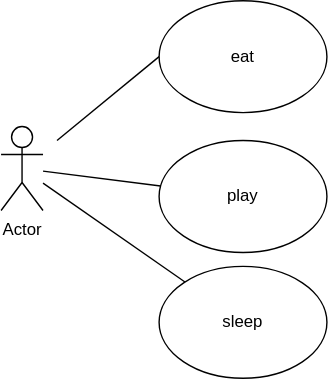
Earlier version of the draw.io export myFirstdrawio.drawio.svg (AKS0606/testDrawio). Source tidied: cells renumbered, new cells last; positions are measured from the earlier drawing's top-left corner, leaving out a move shared by most shapes.
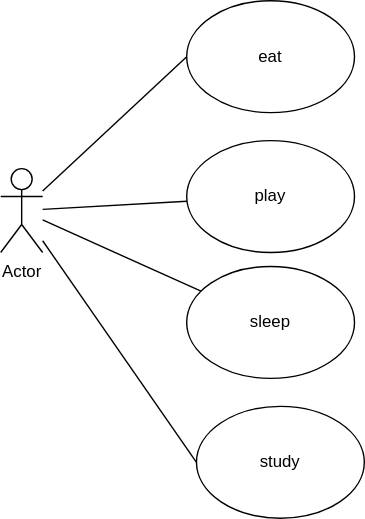
Later version of the same file.

Diff of the diagram source:
```diff
@@ -3,7 +3,7 @@
     <mxCell id="0" />
     <mxCell id="1" parent="0" />
     <mxCell id="2" value="Actor" style="shape=umlActor;verticalLabelPosition=bottom;verticalAlign=top;html=1;outlineConnect=0;" parent="1" vertex="1">
-      <mxGeometry y="90" width="30" height="60" as="geometry" />
+      <mxGeometry x="-20" y="120" width="30" height="60" as="geometry" />
     </mxCell>
     <mxCell id="3" value="eat" style="ellipse;whiteSpace=wrap;html=1;" parent="1" vertex="1">
       <mxGeometry x="113" width="120" height="80" as="geometry" />
@@ -14,10 +14,8 @@
     <mxCell id="5" value="play" style="ellipse;whiteSpace=wrap;html=1;" parent="1" vertex="1">
       <mxGeometry x="113" y="100" width="120" height="80" as="geometry" />
     </mxCell>
-    <mxCell id="6" style="endArrow=none;html=1;rounded=0;entryX=0;entryY=0.5;entryDx=0;entryDy=0;" parent="1" edge="1" target="3">
-      <mxGeometry relative="1" as="geometry">
-        <mxPoint x="40" y="100" as="sourcePoint" />
-      </mxGeometry>
+    <mxCell id="6" style="endArrow=none;html=1;rounded=0;entryX=0;entryY=0.5;entryDx=0;entryDy=0;" parent="1" edge="1" source="2" target="3">
+      <mxGeometry relative="1" as="geometry" />
     </mxCell>
     <mxCell id="7" style="endArrow=none;html=1;rounded=0;" parent="1" edge="1" source="2" target="5">
       <mxGeometry relative="1" as="geometry" />
@@ -25,5 +23,11 @@
     <mxCell id="8" style="endArrow=none;html=1;rounded=0;" parent="1" edge="1" source="2" target="4">
       <mxGeometry relative="1" as="geometry" />
     </mxCell>
+    <mxCell id="9" value="study" style="ellipse;whiteSpace=wrap;html=1;" parent="1" vertex="1">
+      <mxGeometry x="120" y="290" width="120" height="80" as="geometry" />
+    </mxCell>
+    <mxCell id="10" style="endArrow=none;html=1;rounded=0;entryX=0;entryY=0.5;entryDx=0;entryDy=0;" parent="1" edge="1" source="2" target="9">
+      <mxGeometry relative="1" as="geometry" />
+    </mxCell>
   </root>
 </mxGraphModel>
```
